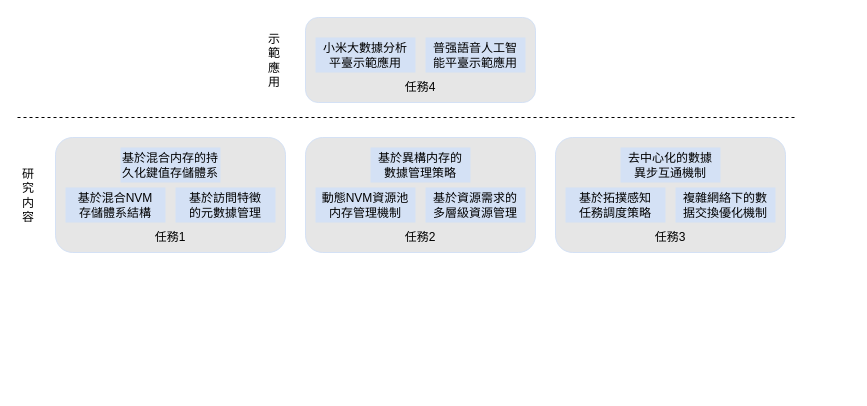
Before: 研究内容3任务.drawio in icszhr/aomenNVM, a draw.io diagram. Source tidied: cells renumbered, new cells numbered last; positions are measured from the earlier drawing's top-left corner, leaving out a move shared by most shapes. Both pictures are drawn from the tidied source at 100%, with x=0, y=0 at pixel (17, 17).
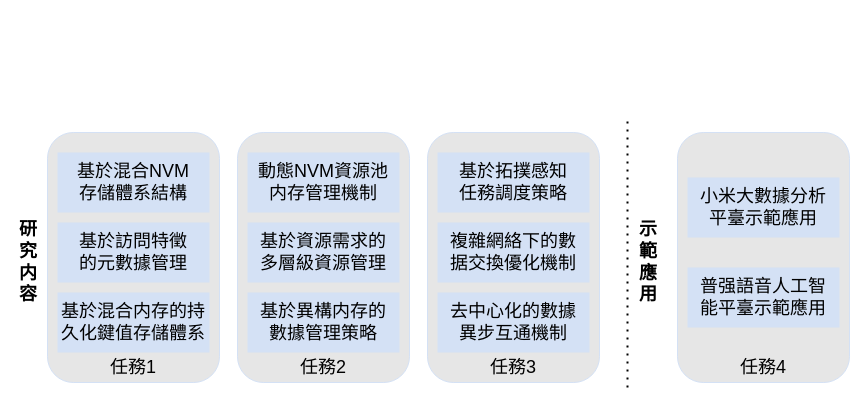
The same diagram, later.

Commit message (it also covers changes not shown here):
更新研究内容3任务.drawio

Diff of the diagram source:
```diff
@@
     <mxCell id="2" style="rounded=1;whiteSpace=wrap;html=1;strokeColor=#D4E1F5;fillColor=#E6E6E6;" parent="1" vertex="1">
-      <mxGeometry x="38" y="120" width="230" height="115" as="geometry" />
+      <mxGeometry x="30" y="115" width="172" height="250" as="geometry" />
     </mxCell>
-    <mxCell id="3" value="任務1" style="text;html=1;strokeColor=none;fillColor=none;align=center;verticalAlign=middle;whiteSpace=wrap;rounded=0;" parent="1" vertex="1">
-      <mxGeometry x="123" y="205" width="60" height="30" as="geometry" />
+    <mxCell id="3" value="&lt;font style=&quot;font-size: 18px;&quot;&gt;任務1&lt;/font&gt;" style="text;html=1;strokeColor=none;fillColor=none;align=center;verticalAlign=middle;whiteSpace=wrap;rounded=0;" parent="1" vertex="1">
+      <mxGeometry x="86" y="335" width="60" height="30" as="geometry" />
     </mxCell>
-    <mxCell id="4" value="基於混合内存的持久化鍵值存儲體系" style="rounded=0;whiteSpace=wrap;html=1;fillColor=#D4E1F5;strokeColor=none;" parent="1" vertex="1">
-      <mxGeometry x="103" y="130" width="100" height="35" as="geometry" />
+    <mxCell id="4" value="&lt;span style=&quot;font-size: 18px;&quot;&gt;基於混合NVM&lt;br&gt;存儲體系結構&lt;br&gt;&lt;/span&gt;" style="rounded=0;whiteSpace=wrap;html=1;fillColor=#D4E1F5;strokeColor=none;" parent="1" vertex="1">
+      <mxGeometry x="40" y="135" width="152" height="60" as="geometry" />
     </mxCell>
-    <mxCell id="5" value="基於混合NVM&lt;br&gt;存儲體系結構" style="rounded=0;whiteSpace=wrap;html=1;fillColor=#D4E1F5;strokeColor=none;" parent="1" vertex="1">
-      <mxGeometry x="48" y="170" width="100" height="35" as="geometry" />
-    </mxCell>
+    <mxCell id="23" value="&lt;font style=&quot;font-size: 18px;&quot;&gt;&lt;b&gt;研究内容&lt;/b&gt;&lt;/font&gt;" style="text;html=1;strokeColor=none;fillColor=none;align=center;verticalAlign=middle;whiteSpace=wrap;rounded=0;" parent="1" vertex="1">
+      <mxGeometry y="230" width="22" height="30" as="geometry" />
+    </mxCell>
-    <mxCell id="6" value="基於訪問特徵&lt;br&gt;的元數據管理" style="rounded=0;whiteSpace=wrap;html=1;fillColor=#D4E1F5;strokeColor=none;" parent="1" vertex="1">
-      <mxGeometry x="158" y="170" width="100" height="35" as="geometry" />
+    <mxCell id="6" value="&lt;font style=&quot;font-size: 18px;&quot;&gt;基於訪問特徵&lt;br style=&quot;border-color: var(--border-color);&quot;&gt;的元數據管理&lt;/font&gt;" style="rounded=0;whiteSpace=wrap;html=1;fillColor=#D4E1F5;strokeColor=none;" parent="1" vertex="1">
+      <mxGeometry x="40" y="205" width="152" height="60" as="geometry" />
     </mxCell>
-    <mxCell id="7" style="rounded=1;whiteSpace=wrap;html=1;fillColor=#E6E6E6;strokeColor=#D4E1F5;" parent="1" vertex="1">
-      <mxGeometry x="288" y="120" width="230" height="115" as="geometry" />
-    </mxCell>
+    <mxCell id="24" value="&lt;font style=&quot;font-size: 18px;&quot;&gt;基於混合内存的持久化鍵值存儲體系&lt;/font&gt;" style="rounded=0;whiteSpace=wrap;html=1;fillColor=#D4E1F5;strokeColor=none;" parent="1" vertex="1">
+      <mxGeometry x="40" y="275" width="152" height="60" as="geometry" />
+    </mxCell>
+    <mxCell id="25" style="rounded=1;whiteSpace=wrap;html=1;strokeColor=#D4E1F5;fillColor=#E6E6E6;" parent="1" vertex="1">
+      <mxGeometry x="220" y="115" width="172" height="250" as="geometry" />
+    </mxCell>
-    <mxCell id="8" value="任務2" style="text;html=1;strokeColor=none;fillColor=none;align=center;verticalAlign=middle;whiteSpace=wrap;rounded=0;" parent="1" vertex="1">
-      <mxGeometry x="373" y="205" width="60" height="30" as="geometry" />
+    <mxCell id="8" value="&lt;font style=&quot;font-size: 18px;&quot;&gt;任務2&lt;/font&gt;" style="text;html=1;strokeColor=none;fillColor=none;align=center;verticalAlign=middle;whiteSpace=wrap;rounded=0;" parent="1" vertex="1">
+      <mxGeometry x="276" y="335" width="60" height="30" as="geometry" />
     </mxCell>
-    <mxCell id="9" value="基於異構内存的&lt;br&gt;數據管理策略" style="rounded=0;whiteSpace=wrap;html=1;fillColor=#D4E1F5;strokeColor=none;" parent="1" vertex="1">
-      <mxGeometry x="353" y="130" width="100" height="35" as="geometry" />
-    </mxCell>
-    <mxCell id="10" value="動態NVM資源池&lt;br&gt;内存管理機制" style="rounded=0;whiteSpace=wrap;html=1;fillColor=#D4E1F5;strokeColor=none;" parent="1" vertex="1">
-      <mxGeometry x="298" y="170" width="100" height="35" as="geometry" />
+    <mxCell id="10" value="&lt;font style=&quot;font-size: 18px;&quot;&gt;動態NVM資源池&lt;br style=&quot;border-color: var(--border-color);&quot;&gt;内存管理機制&lt;/font&gt;&lt;span style=&quot;font-size: 18px;&quot;&gt;&lt;br&gt;&lt;/span&gt;" style="rounded=0;whiteSpace=wrap;html=1;fillColor=#D4E1F5;strokeColor=none;" parent="1" vertex="1">
+      <mxGeometry x="230" y="135" width="152" height="60" as="geometry" />
     </mxCell>
-    <mxCell id="11" value="基於資源需求的&lt;br&gt;多層級資源管理" style="rounded=0;whiteSpace=wrap;html=1;fillColor=#D4E1F5;strokeColor=none;" parent="1" vertex="1">
-      <mxGeometry x="408" y="170" width="100" height="35" as="geometry" />
+    <mxCell id="11" value="&lt;font style=&quot;font-size: 18px;&quot;&gt;基於資源需求的&lt;br style=&quot;border-color: var(--border-color);&quot;&gt;多層級資源管理&lt;/font&gt;" style="rounded=0;whiteSpace=wrap;html=1;fillColor=#D4E1F5;strokeColor=none;" parent="1" vertex="1">
+      <mxGeometry x="230" y="205" width="152" height="60" as="geometry" />
     </mxCell>
-    <mxCell id="12" style="rounded=1;whiteSpace=wrap;html=1;fillColor=#E6E6E6;strokeColor=#D4E1F5;" parent="1" vertex="1">
-      <mxGeometry x="538" y="120" width="230" height="115" as="geometry" />
-    </mxCell>
+    <mxCell id="9" value="&lt;font style=&quot;font-size: 18px;&quot;&gt;基於異構内存的&lt;br style=&quot;border-color: var(--border-color);&quot;&gt;數據管理策略&lt;/font&gt;" style="rounded=0;whiteSpace=wrap;html=1;fillColor=#D4E1F5;strokeColor=none;" parent="1" vertex="1">
+      <mxGeometry x="230" y="275" width="152" height="60" as="geometry" />
+    </mxCell>
+    <mxCell id="26" style="rounded=1;whiteSpace=wrap;html=1;strokeColor=#D4E1F5;fillColor=#E6E6E6;" parent="1" vertex="1">
+      <mxGeometry x="410" y="115" width="172" height="250" as="geometry" />
+    </mxCell>
-    <mxCell id="13" value="任務3" style="text;html=1;strokeColor=none;fillColor=none;align=center;verticalAlign=middle;whiteSpace=wrap;rounded=0;" parent="1" vertex="1">
-      <mxGeometry x="623" y="205" width="60" height="30" as="geometry" />
+    <mxCell id="13" value="&lt;font style=&quot;font-size: 18px;&quot;&gt;任務3&lt;/font&gt;" style="text;html=1;strokeColor=none;fillColor=none;align=center;verticalAlign=middle;whiteSpace=wrap;rounded=0;" parent="1" vertex="1">
+      <mxGeometry x="466" y="335" width="60" height="30" as="geometry" />
     </mxCell>
-    <mxCell id="14" value="去中心化的數據&lt;br&gt;異步互通機制" style="rounded=0;whiteSpace=wrap;html=1;fillColor=#D4E1F5;strokeColor=none;" parent="1" vertex="1">
-      <mxGeometry x="603" y="130" width="100" height="35" as="geometry" />
-    </mxCell>
-    <mxCell id="15" value="基於拓撲感知&lt;br&gt;任務調度策略" style="rounded=0;whiteSpace=wrap;html=1;fillColor=#D4E1F5;strokeColor=none;" parent="1" vertex="1">
-      <mxGeometry x="548" y="170" width="100" height="35" as="geometry" />
+    <mxCell id="15" value="&lt;font style=&quot;font-size: 18px;&quot;&gt;基於拓撲感知&lt;br style=&quot;border-color: var(--border-color);&quot;&gt;任務調度策略&lt;/font&gt;&lt;span style=&quot;font-size: 18px;&quot;&gt;&lt;br&gt;&lt;/span&gt;" style="rounded=0;whiteSpace=wrap;html=1;fillColor=#D4E1F5;strokeColor=none;" parent="1" vertex="1">
+      <mxGeometry x="420" y="135" width="152" height="60" as="geometry" />
     </mxCell>
-    <mxCell id="16" value="複雜網絡下的數&lt;br&gt;据交換優化機制" style="rounded=0;whiteSpace=wrap;html=1;fillColor=#D4E1F5;strokeColor=none;" parent="1" vertex="1">
-      <mxGeometry x="658" y="170" width="100" height="35" as="geometry" />
+    <mxCell id="16" value="&lt;font style=&quot;font-size: 18px;&quot;&gt;複雜網絡下的數&lt;br style=&quot;border-color: var(--border-color);&quot;&gt;据交換優化機制&lt;/font&gt;" style="rounded=0;whiteSpace=wrap;html=1;fillColor=#D4E1F5;strokeColor=none;" parent="1" vertex="1">
+      <mxGeometry x="420" y="205" width="152" height="60" as="geometry" />
     </mxCell>
-    <mxCell id="17" style="endArrow=none;dashed=1;html=1;rounded=0;" parent="1" edge="1">
-      <mxGeometry relative="1" as="geometry">
-        <mxPoint y="100" as="sourcePoint" />
-        <mxPoint x="780" y="100" as="targetPoint" />
-      </mxGeometry>
-    </mxCell>
-    <mxCell id="18" style="rounded=1;whiteSpace=wrap;html=1;fillColor=#E6E6E6;strokeColor=#D4E1F5;" parent="1" vertex="1">
-      <mxGeometry x="288" width="230" height="85" as="geometry" />
-    </mxCell>
+    <mxCell id="14" value="&lt;font style=&quot;font-size: 18px;&quot;&gt;去中心化的數據&lt;br style=&quot;border-color: var(--border-color);&quot;&gt;異步互通機制&lt;/font&gt;" style="rounded=0;whiteSpace=wrap;html=1;fillColor=#D4E1F5;strokeColor=none;" parent="1" vertex="1">
+      <mxGeometry x="420" y="275" width="152" height="60" as="geometry" />
+    </mxCell>
+    <mxCell id="27" style="rounded=1;whiteSpace=wrap;html=1;strokeColor=#D4E1F5;fillColor=#E6E6E6;" parent="1" vertex="1">
+      <mxGeometry x="660" y="115" width="172" height="250" as="geometry" />
+    </mxCell>
-    <mxCell id="19" value="任務4" style="text;html=1;strokeColor=none;fillColor=none;align=center;verticalAlign=middle;whiteSpace=wrap;rounded=0;" parent="1" vertex="1">
-      <mxGeometry x="373" y="55" width="60" height="30" as="geometry" />
+    <mxCell id="19" value="&lt;font style=&quot;font-size: 18px;&quot;&gt;任務4&lt;/font&gt;" style="text;html=1;strokeColor=none;fillColor=none;align=center;verticalAlign=middle;whiteSpace=wrap;rounded=0;" parent="1" vertex="1">
+      <mxGeometry x="716" y="335" width="60" height="30" as="geometry" />
     </mxCell>
-    <mxCell id="20" value="小米大數據分析&lt;br&gt;平臺示範應用" style="rounded=0;whiteSpace=wrap;html=1;fillColor=#D4E1F5;strokeColor=none;" parent="1" vertex="1">
-      <mxGeometry x="298" y="20" width="100" height="35" as="geometry" />
+    <mxCell id="20" value="&lt;font style=&quot;font-size: 18px;&quot;&gt;小米大數據分析&lt;br style=&quot;border-color: var(--border-color);&quot;&gt;平臺示範應用&lt;/font&gt;&lt;span style=&quot;font-size: 18px;&quot;&gt;&lt;br&gt;&lt;/span&gt;" style="rounded=0;whiteSpace=wrap;html=1;fillColor=#D4E1F5;strokeColor=none;" parent="1" vertex="1">
+      <mxGeometry x="670" y="160" width="152" height="60" as="geometry" />
     </mxCell>
-    <mxCell id="21" value="普强語音人工智&lt;br&gt;能平臺示範應用" style="rounded=0;whiteSpace=wrap;html=1;fillColor=#D4E1F5;strokeColor=none;" parent="1" vertex="1">
-      <mxGeometry x="408" y="20" width="100" height="35" as="geometry" />
+    <mxCell id="21" value="&lt;font style=&quot;font-size: 18px;&quot;&gt;普强語音人工智&lt;br style=&quot;border-color: var(--border-color);&quot;&gt;能平臺示範應用&lt;/font&gt;" style="rounded=0;whiteSpace=wrap;html=1;fillColor=#D4E1F5;strokeColor=none;" parent="1" vertex="1">
+      <mxGeometry x="670" y="250" width="152" height="60" as="geometry" />
     </mxCell>
+    <mxCell id="28" style="endArrow=none;dashed=1;html=1;dashPattern=1 3;strokeWidth=2;rounded=0;" parent="1" edge="1">
+      <mxGeometry relative="1" as="geometry">
+        <mxPoint x="610" y="370" as="sourcePoint" />
+        <mxPoint x="610" y="100" as="targetPoint" />
+      </mxGeometry>
+    </mxCell>
-    <mxCell id="22" value="示範應用" style="text;html=1;strokeColor=none;fillColor=none;align=center;verticalAlign=middle;whiteSpace=wrap;rounded=0;" parent="1" vertex="1">
-      <mxGeometry x="246" y="27.5" width="22" height="30" as="geometry" />
+    <mxCell id="22" value="&lt;font style=&quot;font-size: 18px;&quot;&gt;&lt;b&gt;示範應用&lt;/b&gt;&lt;/font&gt;" style="text;html=1;strokeColor=none;fillColor=none;align=center;verticalAlign=middle;whiteSpace=wrap;rounded=0;" parent="1" vertex="1">
+      <mxGeometry x="620" y="230" width="22" height="30" as="geometry" />
     </mxCell>
-    <mxCell id="23" value="研究内容" style="text;html=1;strokeColor=none;fillColor=none;align=center;verticalAlign=middle;whiteSpace=wrap;rounded=0;" parent="1" vertex="1">
-      <mxGeometry y="162.5" width="22" height="30" as="geometry" />
-    </mxCell>
```
